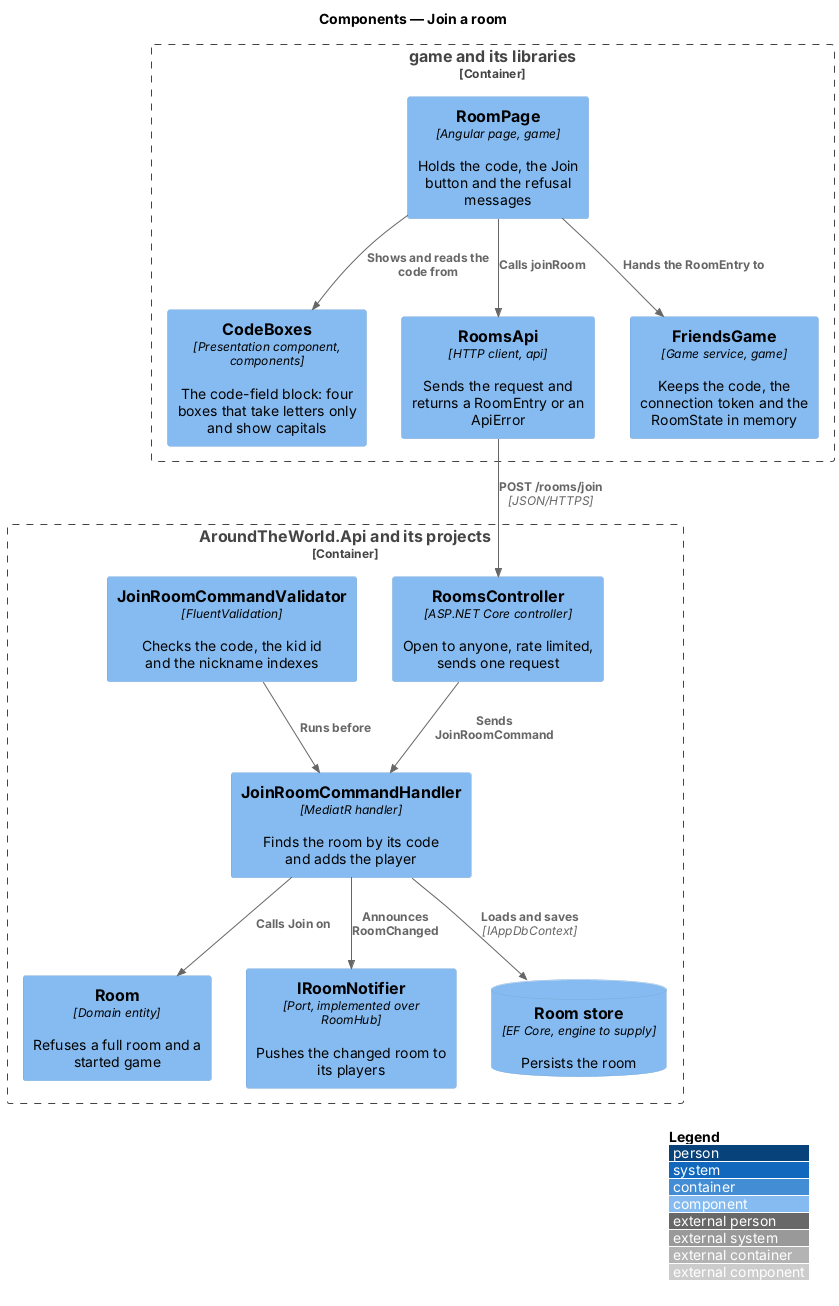
Earlier version of the PlantUML export docs/detailed-designs/rooms/join-room/diagrams/c4-component.png (QuinntyneBrown/around-the-world). Its source is kept beside it as docs/detailed-designs/rooms/join-room/diagrams/c4-component.puml.
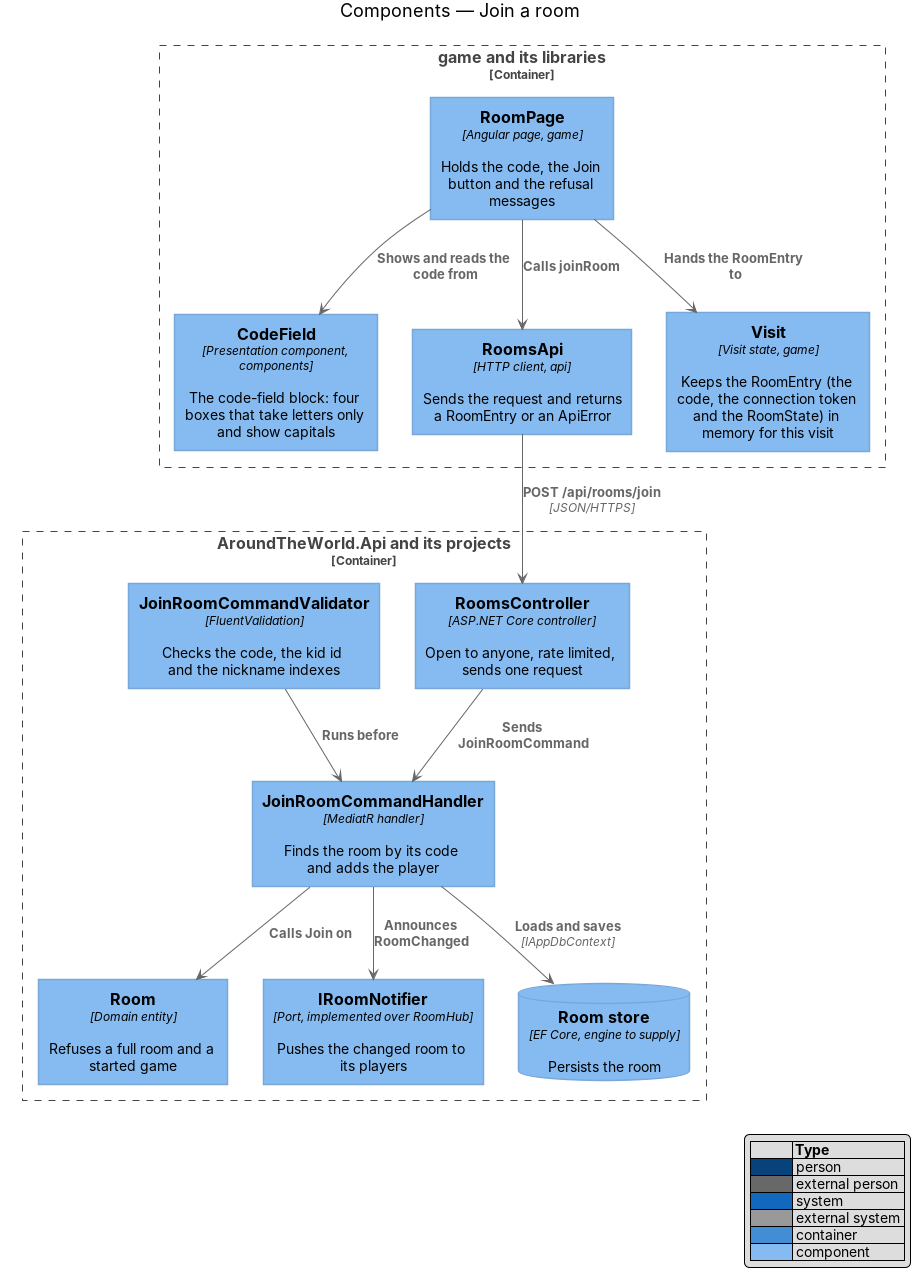
Later version of the same file.

What changed in the source:
```diff
@@ -5,9 +5,9 @@
 
 Container_Boundary(game, "game and its libraries") {
   Component(page, "RoomPage", "Angular page, game", "Holds the code, the Join button and the refusal messages")
-  Component(boxes, "CodeBoxes", "Presentation component, components", "The code-field block: four boxes that take letters only and show capitals")
+  Component(boxes, "CodeField", "Presentation component, components", "The code-field block: four boxes that take letters only and show capitals")
   Component(client, "RoomsApi", "HTTP client, api", "Sends the request and returns a RoomEntry or an ApiError")
-  Component(session, "FriendsGame", "Game service, game", "Keeps the code, the connection token and the RoomState in memory")
+  Component(session, "Visit", "Visit state, game", "Keeps the RoomEntry (the code, the connection token and the RoomState) in memory for this visit")
 }
 Container_Boundary(api, "AroundTheWorld.Api and its projects") {
   Component(ctrl, "RoomsController", "ASP.NET Core controller", "Open to anyone, rate limited, sends one request")
@@ -20,7 +20,7 @@
 Rel(page, boxes, "Shows and reads the code from")
 Rel(page, client, "Calls joinRoom")
 Rel(page, session, "Hands the RoomEntry to")
-Rel(client, ctrl, "POST /rooms/join", "JSON/HTTPS")
+Rel(client, ctrl, "POST /api/rooms/join", "JSON/HTTPS")
 Rel(ctrl, handler, "Sends JoinRoomCommand")
 Rel(validator, handler, "Runs before")
 Rel(handler, room, "Calls Join on")
```
